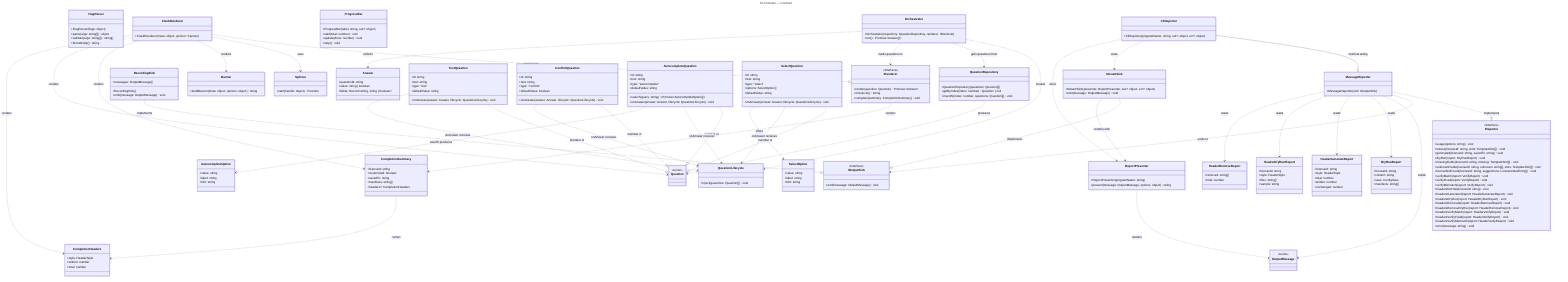
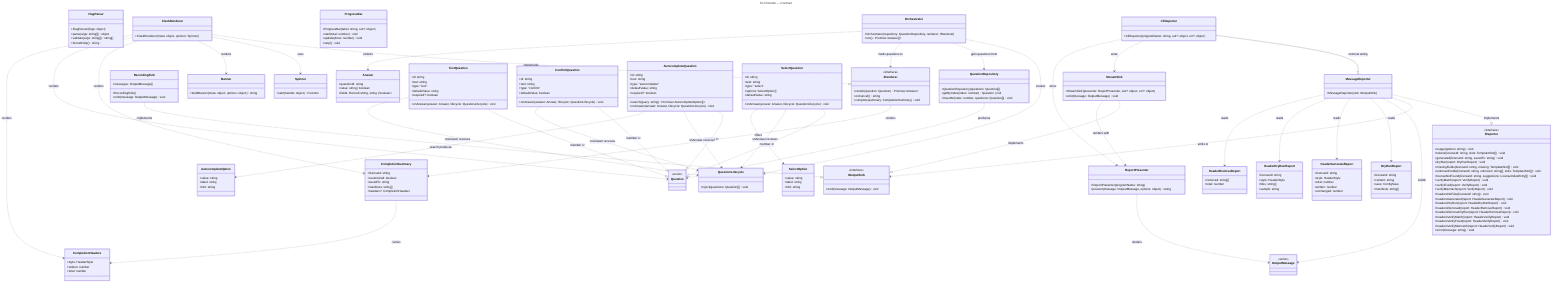
---
title: CLI Domain — Contract
---
classDiagram
  direction TB

  %% Domain: CLI (src/cli)
  %% Focused per-domain view extracted from ../class-diagram.mmd.
  %% Shows ONLY CLI-domain classes and their intra-domain relationships.
  %% Cross-domain relationships (LicenseWizard creates these; CliReporter renders
  %% Licensing/Verify/Headers reports) are intentionally omitted — see
  %% ../class-diagram.mmd for the full picture.
  %%
  %% FlagParser and ProgressBar belong to this domain but have no intra-domain
  %% relationships; they collaborate only with the bootstrap (LicenseWizard).

  class FlagParser {
    +FlagParser(flags: object)
    +parse(args: string[]) object
    +validate(args: string[]) string[]
    +formatHelp() string
  }

  class Orchestrator {
    +Orchestrator(repository: QuestionRepository, renderer: IRenderer)
    +run() Promise~Answer[]~
  }

  class IRenderer {
    <<interface>>
    +render(question: Question) Promise~Answer~
    +onCancel() string
    +complete(summary: CompletionSummary) void
  }

  class CompletionSummary {
    +licenseId: string
    +customized: boolean
    +savedTo: string
    +manifests: string[]
    +headers?: CompletionHeaders
  }

  class CompletionHeaders {
    +style: HeaderStyle
    +written: number
    +total: number
  }

  class ProgressBar {
    +ProgressBar(label: string, out?: object)
    +start(total: number) void
    +update(done: number) void
    +stop() void
  }

  class ClackRenderer {
    +ClackRenderer(meta: object, spinner: Spinner)
  }

  class IReporter {
    <<interface>>
    +usage(options: string) void
    +tokens(licenseId: string, slots: TemplateSlot[]) void
    +generated(licenseId: string, savedTo: string) void
    +dryRun(report: DryRunReport) void
    +missingFields(licenseId: string, missing: TemplateSlot[]) void
    +unknownFields(licenseId: string, unknown: string[], slots: TemplateSlot[]) void
    +licenseNotFound(licenseId: string, suggestions: LicenseIndexEntry[]) void
    +verifyMatch(report: VerifyReport) void
    +verifyFixed(report: VerifyReport) void
    +verifyMismatch(report: VerifyReport) void
    +headersNoFiles(licenseId: string) void
    +headersGenerated(report: HeaderGenerateReport) void
    +headersDryRun(report: HeaderDryRunReport) void
    +headersRemoved(report: HeaderRemoveReport) void
    +headersRemoveDryRun(report: HeaderRemoveReport) void
    +headersVerifyMatch(report: HeaderVerifyReport) void
    +headersVerifyFixed(report: HeaderVerifyReport) void
    +headersVerifyMismatch(report: HeaderVerifyReport) void
    +error(message: string) void
  }

  class HeaderGenerateReport {
    +licenseId: string
    +style: HeaderStyle
    +total: number
    +written: number
    +unchanged: number
  }

  class HeaderDryRunReport {
    +licenseId: string
    +style: HeaderStyle
    +files: string[]
    +sample: string
  }

  class HeaderRemoveReport {
    +removed: string[]
    +total: number
  }

  class DryRunReport {
    +licenseId: string
    +content: string
    +save: ConfigSave
    +manifests: string[]
  }

  class MessageReporter {
    +MessageReporter(sink: IOutputSink)
  }

  class CliReporter {
    +CliReporter(programName: string, out?: object, err?: object)
  }

  class IOutputSink {
    <<interface>>
    +emit(message: OutputMessage) void
  }

  class StreamSink {
    +StreamSink(presenter: ReportPresenter, out?: object, err?: object)
    +emit(message: OutputMessage) void
  }

  class RecordingSink {
    +RecordingSink()
    +emit(message: OutputMessage) void
    +messages: OutputMessage[]
  }

  class ReportPresenter {
    +ReportPresenter(programName: string)
    +present(message: OutputMessage, options: object) string
  }

  class OutputMessage {
    <<union>>
  }

  class Banner {
    +buildBanner(meta: object, options: object) string
  }

  class Spinner {
    +start(handle: object) Function
  }

  class QuestionRepository {
    +QuestionRepository(questions: Question[])
    +getByIndex(index: number) Question | null
    +insertAt(index: number, questions: Question[]) void
  }

  class QuestionLifecycle {
    +inject(questions: Question[]) void
  }

  class Question {
    <<union>>
  }

  class TextQuestion {
    +id: string
    +text: string
    +type: "text"
    +defaultValue: string
+     +required?: boolean
    +onAnswer(answer: Answer, lifecycle: QuestionLifecycle) void
  }

  class ConfirmQuestion {
    +id: string
    +text: string
    +type: "confirm"
    +defaultValue: boolean
    +onAnswer(answer: Answer, lifecycle: QuestionLifecycle) void
  }

  class AutocompleteQuestion {
    +id: string
    +text: string
    +type: "autocomplete"
    +defaultValue: string
+     +required?: boolean
    +search(query: string) Promise~AutocompleteOption[]~
    +onAnswer(answer: Answer, lifecycle: QuestionLifecycle) void
  }

  class AutocompleteOption {
    +value: string
    +label: string
    +hint: string
  }

  class SelectQuestion {
    +id: string
    +text: string
    +type: "select"
    +options: SelectOption[]
    +defaultValue: string
    +onAnswer(answer: Answer, lifecycle: QuestionLifecycle) void
  }

  class SelectOption {
    +value: string
    +label: string
    +hint: string
  }

  class Answer {
    +questionId: string
    +value: string | boolean
    +fields: Record~string, string | boolean~
  }

  TextQuestion ..|> Question : member of
  ConfirmQuestion ..|> Question : member of
  AutocompleteQuestion ..|> Question : member of
  SelectQuestion ..|> Question : member of
  TextQuestion ..> QuestionLifecycle : onAnswer receives
  ConfirmQuestion ..> QuestionLifecycle : onAnswer receives
  AutocompleteQuestion ..> QuestionLifecycle : onAnswer receives
  SelectQuestion ..> QuestionLifecycle : onAnswer receives
  SelectQuestion ..> SelectOption : offers
  Orchestrator ..> QuestionLifecycle : creates
  Orchestrator ..> QuestionRepository : gets questions from
  Orchestrator ..> IRenderer : feeds questions to
  Orchestrator ..> Answer : collects
  ClackRenderer ..|> IRenderer : implements
  ClackRenderer ..> Spinner : uses
  ClackRenderer ..> Banner : renders
  ClackRenderer ..> CompletionSummary : renders
  ClackRenderer ..> Question : renders
  ClackRenderer ..> CompletionHeaders : renders
  IRenderer ..> CompletionSummary : renders
  CompletionSummary ..> CompletionHeaders : carries
  MessageReporter ..|> IReporter : implements
  CliReporter --|> MessageReporter : terminal wiring
  MessageReporter ..> IOutputSink : emits to
  MessageReporter ..> OutputMessage : builds
  MessageReporter ..> DryRunReport : reads
  MessageReporter ..> HeaderGenerateReport : reads
  MessageReporter ..> HeaderDryRunReport : reads
  MessageReporter ..> HeaderRemoveReport : reads
  StreamSink ..|> IOutputSink : implements
  RecordingSink ..|> IOutputSink : implements
  StreamSink ..> ReportPresenter : renders with
  ReportPresenter ..> OutputMessage : renders
  CliReporter ..> StreamSink : wires
  CliReporter ..> ReportPresenter : wires
  QuestionRepository ..> Question : produces
  AutocompleteQuestion ..> AutocompleteOption : search produces
